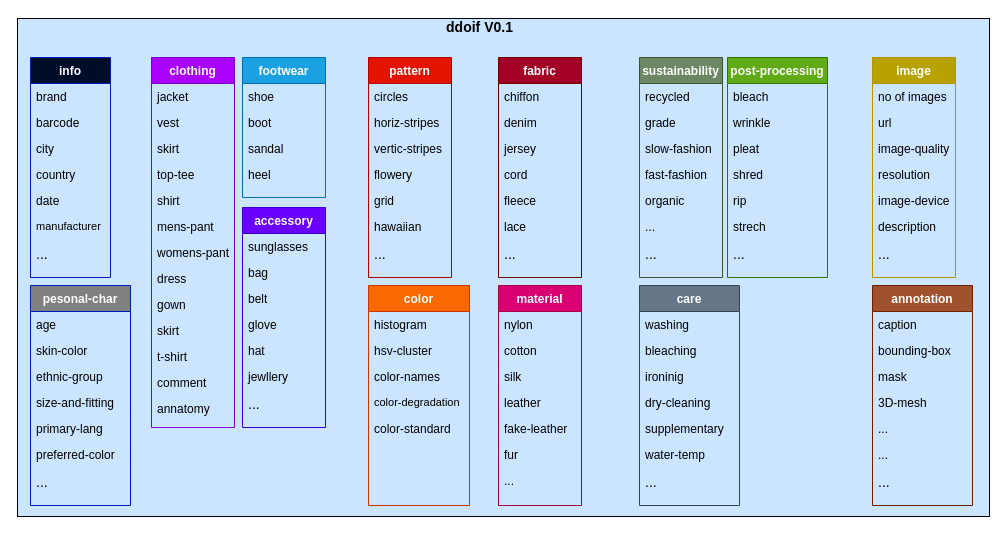
Earlier version of the draw.io diagram ddoif.drawio (morawi/ddoif). Source tidied: cells renumbered, new cells numbered last; positions are measured from the earlier drawing's top-left corner, leaving out a move shared by most shapes. Both pictures are drawn from the tidied source at 100%, with x=0, y=0 at pixel (17, 17).
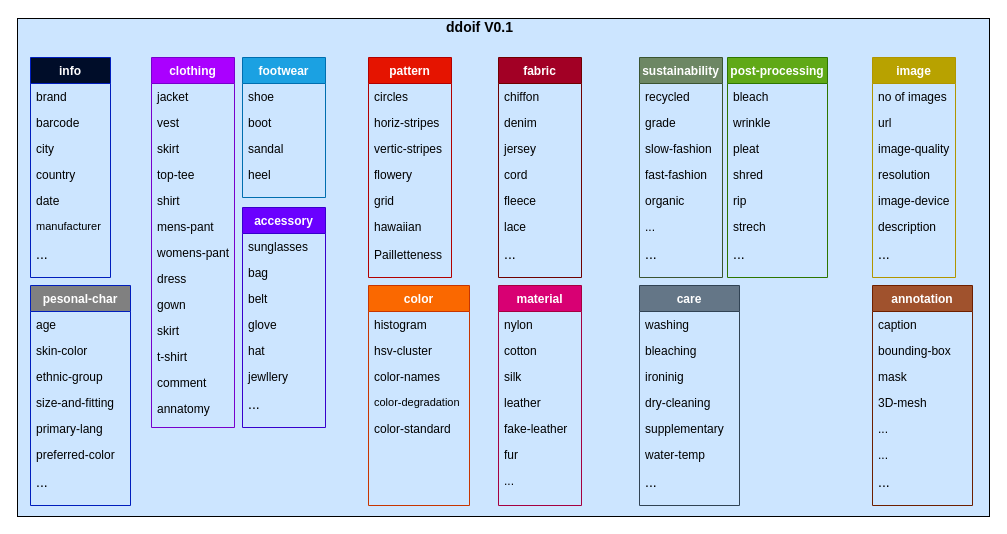
After the change.

Unchanged cells that the change refers to:
```xml
<mxCell id="36" value="pattern" style="swimlane;fontStyle=1;align=center;verticalAlign=top;horizontal=1;startSize=26;rounded=0;shadow=0;strokeWidth=1;fillColor=#e51400;strokeColor=#B20000;fontColor=#ffffff;" parent="1" vertex="1">
  <mxGeometry x="351" y="40" width="83" height="220" as="geometry" />
</mxCell>
```

The edit, as a diff of the source:
```diff
@@
-    <mxCell id="43" value="..." style="text;align=left;verticalAlign=top;spacingLeft=4;spacingRight=4;overflow=hidden;fontSize=14;" parent="36" vertex="1">
-      <mxGeometry y="182" width="83" height="26" as="geometry" />
-    </mxCell>
@@
+    <mxCell id="117" value="Pailletteness" style="text;align=left;verticalAlign=top;spacingLeft=4;spacingRight=4;overflow=hidden;" parent="1" vertex="1">
+      <mxGeometry x="351" y="224" width="83" height="26" as="geometry" />
+    </mxCell>
```
